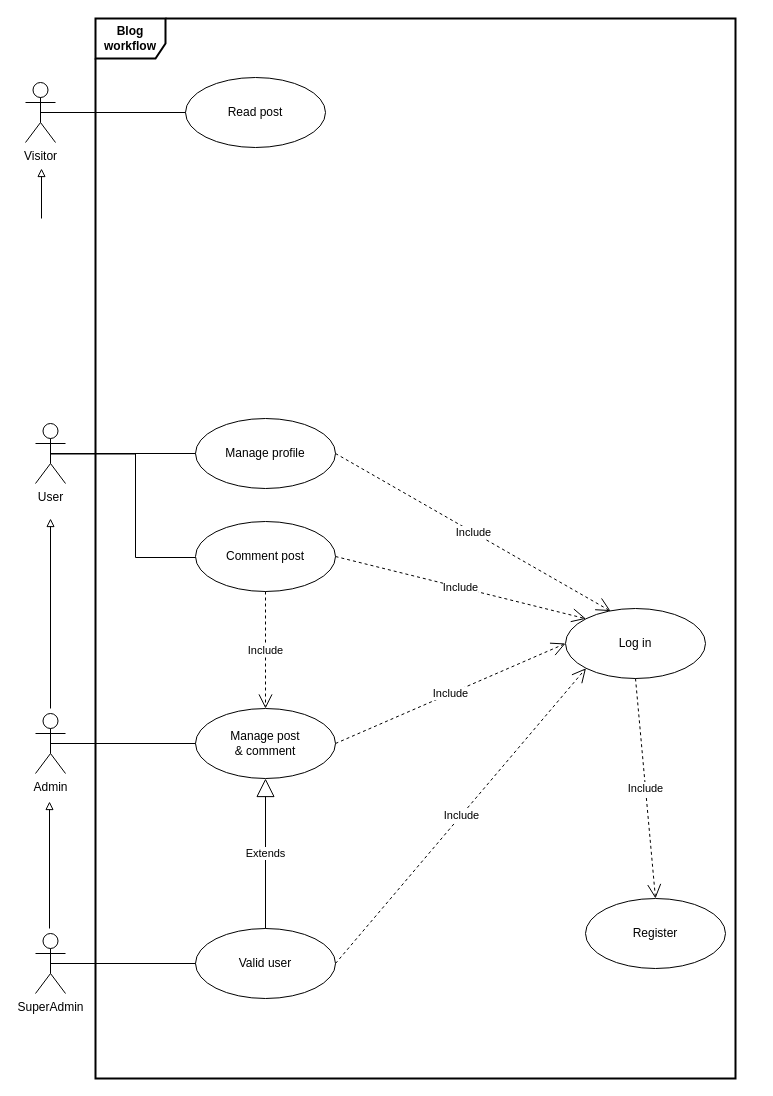
Before: page "2-Use case - Add a comment" (2 of 7) of Cas d'utilisations.drawio in klaxurit/JuncaHugo_5_24012022, a draw.io diagram. Source tidied: cells renumbered, new cells numbered last; positions are measured from the earlier drawing's top-left corner, leaving out a move shared by most shapes. Both pictures are drawn from the tidied source at 100%, with x=0, y=0 at pixel (25, 18).
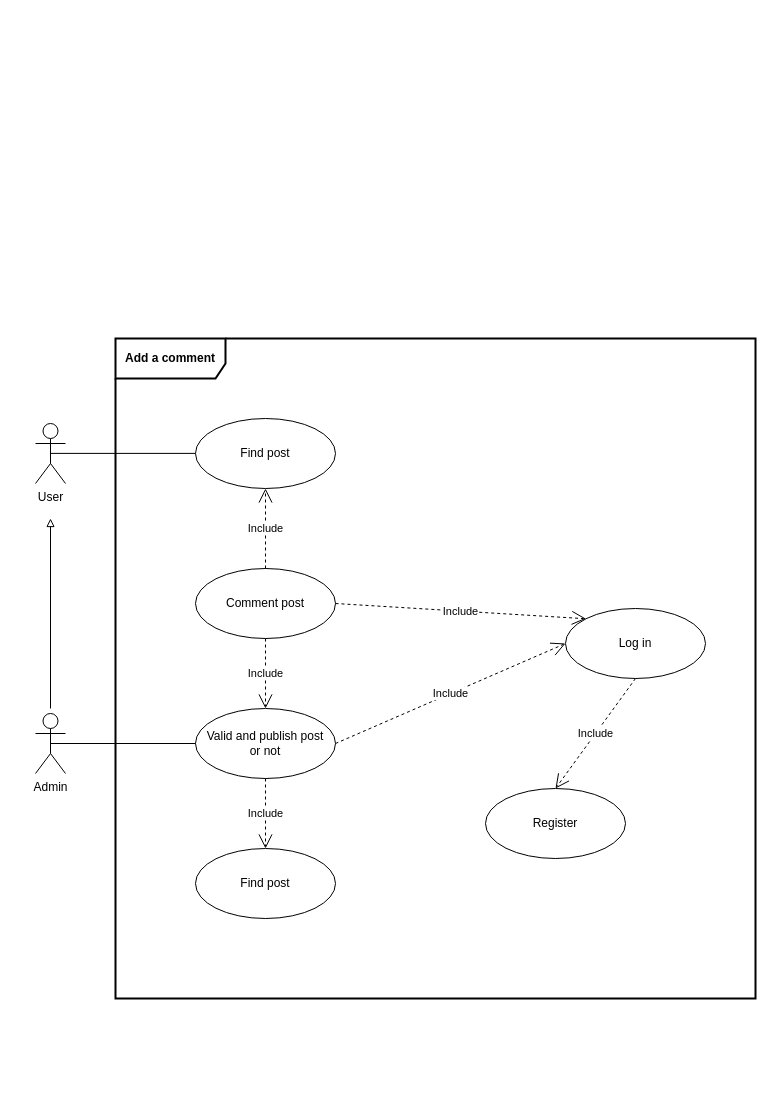
The same page after the edit.

Unchanged cells that the change refers to:
```xml
<mxCell id="3" value="User" style="shape=umlActor;verticalLabelPosition=bottom;verticalAlign=top;html=1;" parent="1" vertex="1">
  <mxGeometry x="10" y="405" width="30" height="60" as="geometry" />
</mxCell>
<mxCell id="9" value="Log in" style="ellipse;whiteSpace=wrap;html=1;" parent="1" vertex="1">
  <mxGeometry x="540" y="590" width="140" height="70" as="geometry" />
</mxCell>
```

The edit, as a diff of the source:
```diff
@@
-    <mxCell id="2" value="&lt;b&gt;Blog workflow&lt;/b&gt;" style="shape=umlFrame;whiteSpace=wrap;html=1;width=70;height=40;strokeWidth=2;" parent="1" vertex="1">
-      <mxGeometry x="70" width="640" height="1060" as="geometry" />
+    <mxCell id="2" value="&lt;b&gt;Add a comment&lt;/b&gt;" style="shape=umlFrame;whiteSpace=wrap;html=1;width=110;height=40;strokeWidth=2;" parent="1" vertex="1">
+      <mxGeometry x="90" y="320" width="640" height="660" as="geometry" />
     </mxCell>
@@
-    <mxCell id="5" value="Visitor" style="shape=umlActor;verticalLabelPosition=bottom;verticalAlign=top;html=1;" parent="1" vertex="1">
-      <mxGeometry y="64" width="30" height="60" as="geometry" />
-    </mxCell>
-    <mxCell id="6" value="Read post" style="ellipse;whiteSpace=wrap;html=1;" parent="1" vertex="1">
-      <mxGeometry x="160" y="59" width="140" height="70" as="geometry" />
-    </mxCell>
     <mxCell id="7" value="Comment post" style="ellipse;whiteSpace=wrap;html=1;" parent="1" vertex="1">
-      <mxGeometry x="170" y="503" width="140" height="70" as="geometry" />
+      <mxGeometry x="170" y="550" width="140" height="70" as="geometry" />
     </mxCell>
@@
-    <mxCell id="10" style="endArrow=none;html=1;rounded=0;exitX=0.5;exitY=0.5;exitDx=0;exitDy=0;exitPerimeter=0;entryX=0;entryY=0.5;entryDx=0;entryDy=0;" parent="1" edge="1" source="5" target="6">
-      <mxGeometry relative="1" as="geometry" />
-    </mxCell>
-    <mxCell id="11" style="endArrow=none;html=1;rounded=0;exitX=0.5;exitY=0.5;exitDx=0;exitDy=0;exitPerimeter=0;entryX=0;entryY=0.5;entryDx=0;entryDy=0;edgeStyle=orthogonalEdgeStyle;" parent="1" edge="1">
-      <mxGeometry relative="1" as="geometry">
-        <mxPoint x="25" y="435.5" as="sourcePoint" />
-        <mxPoint x="170" y="539" as="targetPoint" />
-        <Array as="points">
-          <mxPoint x="110" y="436" />
-          <mxPoint x="110" y="539" />
-        </Array>
-      </mxGeometry>
-    </mxCell>
-    <mxCell id="12" value="Manage post &lt;br&gt;&amp;amp; comment" style="ellipse;whiteSpace=wrap;html=1;" parent="1" vertex="1">
+    <mxCell id="12" value="Valid and publish post&lt;br&gt;or not" style="ellipse;whiteSpace=wrap;html=1;" parent="1" vertex="1">
       <mxGeometry x="170" y="690" width="140" height="70" as="geometry" />
     </mxCell>
@@
     <mxCell id="17" value="Register" style="ellipse;whiteSpace=wrap;html=1;" parent="1" vertex="1">
-      <mxGeometry x="560" y="880" width="140" height="70" as="geometry" />
+      <mxGeometry x="460" y="770" width="140" height="70" as="geometry" />
     </mxCell>
-    <mxCell id="18" value="Manage profile" style="ellipse;whiteSpace=wrap;html=1;" parent="1" vertex="1">
+    <mxCell id="18" value="Find post" style="ellipse;whiteSpace=wrap;html=1;" parent="1" vertex="1">
       <mxGeometry x="170" y="400" width="140" height="70" as="geometry" />
     </mxCell>
-    <mxCell id="19" style="endArrow=none;html=1;rounded=0;exitX=0;exitY=0.5;exitDx=0;exitDy=0;entryX=0.5;entryY=0.5;entryDx=0;entryDy=0;entryPerimeter=0;" parent="1" edge="1" source="18" target="3">
-      <mxGeometry relative="1" as="geometry" />
+    <mxCell id="19" style="endArrow=none;html=1;rounded=0;exitX=0;exitY=0.5;exitDx=0;exitDy=0;entryX=0.5;entryY=0.5;entryDx=0;entryDy=0;entryPerimeter=0;" parent="1" edge="1">
+      <mxGeometry relative="1" as="geometry">
+        <mxPoint x="170" y="434.9" as="sourcePoint" />
+        <mxPoint x="25" y="434.9" as="targetPoint" />
+      </mxGeometry>
     </mxCell>
@@
-    <mxCell id="21" style="endArrow=none;endFill=0;endSize=12;html=1;rounded=0;startArrow=block;startFill=0;" parent="1" edge="1">
-      <mxGeometry relative="1" as="geometry">
-        <mxPoint x="16" y="150" as="sourcePoint" />
-        <mxPoint x="16" y="200" as="targetPoint" />
-      </mxGeometry>
-    </mxCell>
-    <mxCell id="22" value="Include" style="endArrow=open;endSize=12;dashed=1;html=1;rounded=0;exitX=1;exitY=0.5;exitDx=0;exitDy=0;entryX=0.322;entryY=0.037;entryDx=0;entryDy=0;entryPerimeter=0;" parent="1" edge="1" source="18" target="9">
-      <mxGeometry relative="1" as="geometry" />
-    </mxCell>
-    <mxCell id="23" value="SuperAdmin" style="shape=umlActor;verticalLabelPosition=bottom;verticalAlign=top;html=1;strokeWidth=1;" parent="1" vertex="1">
-      <mxGeometry x="10" y="915" width="30" height="60" as="geometry" />
-    </mxCell>
-    <mxCell id="24" style="endArrow=none;endFill=0;endSize=12;html=1;rounded=0;startArrow=block;startFill=0;" parent="1" edge="1">
-      <mxGeometry relative="1" as="geometry">
-        <mxPoint x="24" y="783" as="sourcePoint" />
-        <mxPoint x="24" y="910" as="targetPoint" />
-      </mxGeometry>
-    </mxCell>
-    <mxCell id="25" value="Valid user" style="ellipse;whiteSpace=wrap;html=1;strokeWidth=1;" parent="1" vertex="1">
-      <mxGeometry x="170" y="910" width="140" height="70" as="geometry" />
-    </mxCell>
-    <mxCell id="26" style="endArrow=none;html=1;rounded=0;exitX=0.5;exitY=0.5;exitDx=0;exitDy=0;exitPerimeter=0;entryX=0;entryY=0.5;entryDx=0;entryDy=0;" parent="1" edge="1" source="23" target="25">
-      <mxGeometry relative="1" as="geometry" />
-    </mxCell>
-    <mxCell id="27" value="Extends" style="endArrow=block;endSize=16;endFill=0;html=1;rounded=0;exitX=0.5;exitY=0;exitDx=0;exitDy=0;entryX=0.5;entryY=1;entryDx=0;entryDy=0;" parent="1" edge="1" source="25" target="12">
-      <mxGeometry relative="1" as="geometry" />
-    </mxCell>
-    <mxCell id="28" value="Include" style="endArrow=open;endSize=12;dashed=1;html=1;rounded=0;exitX=1;exitY=0.5;exitDx=0;exitDy=0;entryX=0;entryY=1;entryDx=0;entryDy=0;" parent="1" edge="1" source="25" target="9">
-      <mxGeometry relative="1" as="geometry" />
-    </mxCell>
+    <mxCell id="29" value="Include" style="endArrow=open;endSize=12;dashed=1;html=1;rounded=0;exitX=0.5;exitY=0;exitDx=0;exitDy=0;entryX=0.5;entryY=1;entryDx=0;entryDy=0;" parent="1" edge="1" source="7" target="18">
+      <mxGeometry relative="1" as="geometry" />
+    </mxCell>
+    <mxCell id="30" value="Include" style="endArrow=open;endSize=12;dashed=1;html=1;rounded=0;exitX=0.5;exitY=1;exitDx=0;exitDy=0;entryX=0.5;entryY=0;entryDx=0;entryDy=0;" parent="1" edge="1" source="12" target="31">
+      <mxGeometry relative="1" as="geometry" />
+    </mxCell>
+    <mxCell id="31" value="Find post" style="ellipse;whiteSpace=wrap;html=1;" parent="1" vertex="1">
+      <mxGeometry x="170" y="830" width="140" height="70" as="geometry" />
+    </mxCell>
```
